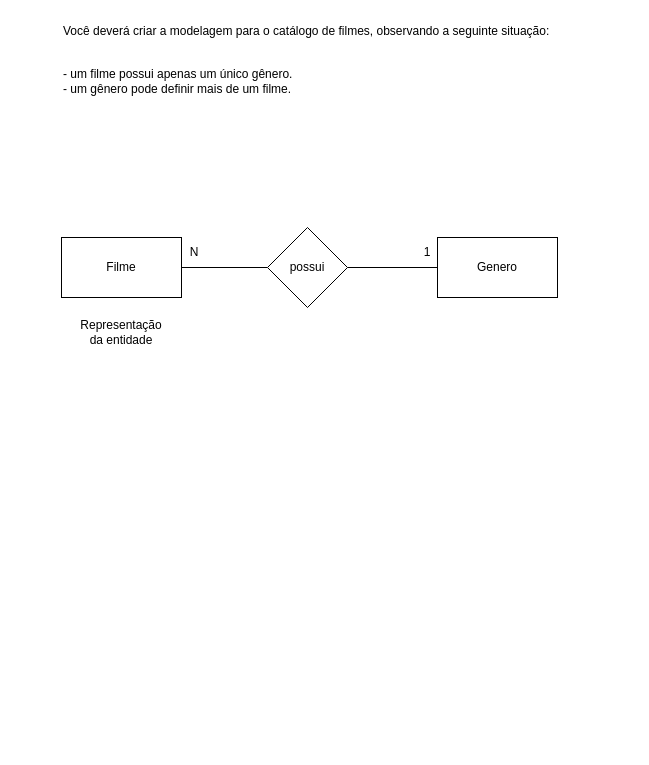
Earlier version of the draw.io diagram Exercicios/1.0/exercicio1-0.drawio (G648/Sprint01_Database). Source tidied: cells renumbered, new cells numbered last; positions are measured from the earlier drawing's top-left corner, leaving out a move shared by most shapes. Both pictures are drawn from the tidied source at 100%, with x=0, y=0 at pixel (61, 17).
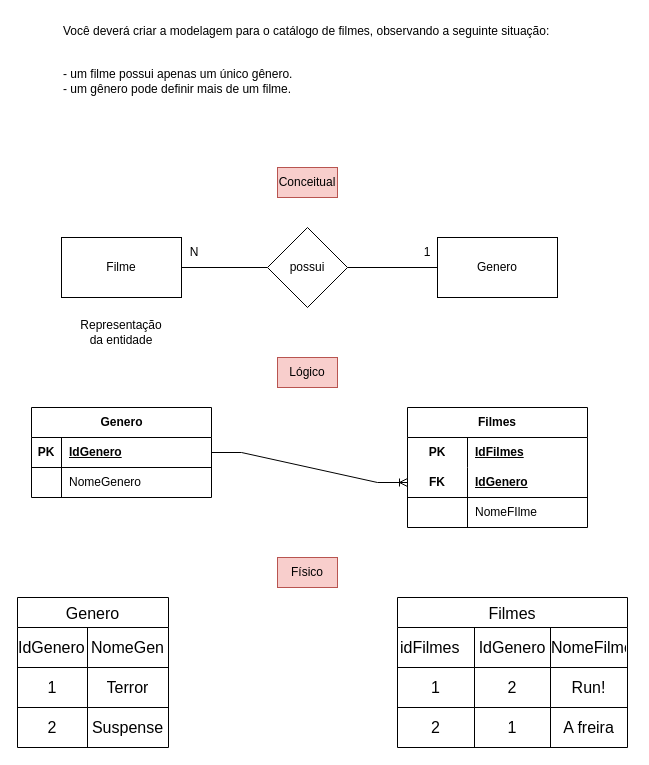
After the change.

Change to the diagram source:
```diff
@@
+    <mxCell id="13" value="Genero" style="shape=table;startSize=30;childLayout=tableLayout;rowLines=0;fontStyle=1;align=center;html=1;" parent="1" vertex="1">
+      <mxGeometry x="-30" y="390" width="180" height="90" as="geometry" />
+    </mxCell>
+    <mxCell id="14" style="shape=tableRow;horizontal=0;startSize=0;swimlaneHead=0;swimlaneBody=0;fillColor=none;points=[[0,0.5],[1,0.5]];portConstraint=eastwest;top=0;left=0;right=0;bottom=1;" parent="13" vertex="1">
+      <mxGeometry y="30" width="180" height="30" as="geometry" />
+    </mxCell>
+    <mxCell id="15" value="PK" style="shape=partialRectangle;fillColor=none;top=0;left=0;bottom=0;right=0;fontStyle=1;overflow=hidden;whiteSpace=wrap;html=1;" parent="14" vertex="1">
+      <mxGeometry width="30" height="30" as="geometry" />
+    </mxCell>
+    <mxCell id="16" value="IdGenero" style="shape=partialRectangle;fillColor=none;top=0;left=0;bottom=0;right=0;align=left;spacingLeft=6;fontStyle=5;overflow=hidden;whiteSpace=wrap;html=1;" parent="14" vertex="1">
+      <mxGeometry x="30" width="150" height="30" as="geometry" />
+    </mxCell>
+    <mxCell id="17" style="shape=tableRow;horizontal=0;startSize=0;swimlaneHead=0;swimlaneBody=0;fillColor=none;top=0;left=0;right=0;bottom=0;" parent="13" vertex="1">
+      <mxGeometry y="60" width="180" height="30" as="geometry" />
+    </mxCell>
+    <mxCell id="18" style="shape=partialRectangle;fillColor=none;top=0;left=0;bottom=0;right=0;overflow=hidden;whiteSpace=wrap;html=1;" parent="17" vertex="1">
+      <mxGeometry width="30" height="30" as="geometry" />
+    </mxCell>
+    <mxCell id="19" value="NomeGenero" style="shape=partialRectangle;fillColor=none;top=0;left=0;bottom=0;right=0;align=left;spacingLeft=6;overflow=hidden;whiteSpace=wrap;html=1;" parent="17" vertex="1">
+      <mxGeometry x="30" width="150" height="30" as="geometry" />
+    </mxCell>
+    <mxCell id="20" value="Filmes" style="shape=table;startSize=30;childLayout=tableLayout;rowLines=0;fontStyle=1;align=center;html=1;whiteSpace=wrap;" parent="1" vertex="1">
+      <mxGeometry x="346" y="390" width="180" height="120" as="geometry" />
+    </mxCell>
+    <mxCell id="21" style="shape=tableRow;horizontal=0;startSize=0;swimlaneHead=0;swimlaneBody=0;fillColor=none;top=0;left=0;right=0;bottom=0;html=1;" parent="20" vertex="1">
+      <mxGeometry y="30" width="180" height="30" as="geometry" />
+    </mxCell>
+    <mxCell id="22" value="PK" style="shape=partialRectangle;fillColor=none;top=0;left=0;bottom=0;right=0;fontStyle=1;overflow=hidden;html=1;whiteSpace=wrap;" parent="21" vertex="1">
+      <mxGeometry width="60" height="30" as="geometry" />
+    </mxCell>
+    <mxCell id="23" value="IdFilmes" style="shape=partialRectangle;fillColor=none;top=0;left=0;bottom=0;right=0;align=left;spacingLeft=6;fontStyle=5;overflow=hidden;html=1;whiteSpace=wrap;" parent="21" vertex="1">
+      <mxGeometry x="60" width="120" height="30" as="geometry" />
+    </mxCell>
+    <mxCell id="24" style="shape=tableRow;horizontal=0;startSize=0;swimlaneHead=0;swimlaneBody=0;fillColor=none;points=[[0,0.5],[1,0.5]];portConstraint=eastwest;top=0;left=0;right=0;bottom=1;html=1;" parent="20" vertex="1">
+      <mxGeometry y="60" width="180" height="30" as="geometry" />
+    </mxCell>
+    <mxCell id="25" value="FK" style="shape=partialRectangle;fillColor=none;top=0;left=0;bottom=0;right=0;fontStyle=1;overflow=hidden;html=1;whiteSpace=wrap;" parent="24" vertex="1">
+      <mxGeometry width="60" height="30" as="geometry" />
+    </mxCell>
+    <mxCell id="26" value="IdGenero" style="shape=partialRectangle;fillColor=none;top=0;left=0;bottom=0;right=0;align=left;spacingLeft=6;fontStyle=5;overflow=hidden;html=1;whiteSpace=wrap;" parent="24" vertex="1">
+      <mxGeometry x="60" width="120" height="30" as="geometry" />
+    </mxCell>
+    <mxCell id="27" style="shape=tableRow;horizontal=0;startSize=0;swimlaneHead=0;swimlaneBody=0;fillColor=none;top=0;left=0;right=0;bottom=0;html=1;" parent="20" vertex="1">
+      <mxGeometry y="90" width="180" height="30" as="geometry" />
+    </mxCell>
+    <mxCell id="28" style="shape=partialRectangle;fillColor=none;top=0;left=0;bottom=0;right=0;overflow=hidden;html=1;whiteSpace=wrap;" parent="27" vertex="1">
+      <mxGeometry width="60" height="30" as="geometry" />
+    </mxCell>
+    <mxCell id="29" value="NomeFIlme" style="shape=partialRectangle;fillColor=none;top=0;left=0;bottom=0;right=0;align=left;spacingLeft=6;overflow=hidden;html=1;whiteSpace=wrap;" parent="27" vertex="1">
+      <mxGeometry x="60" width="120" height="30" as="geometry" />
+    </mxCell>
+    <mxCell id="30" style="edgeStyle=entityRelationEdgeStyle;fontSize=12;html=1;endArrow=ERoneToMany;rounded=0;exitX=1;exitY=0.5;exitDx=0;exitDy=0;entryX=0;entryY=0.5;entryDx=0;entryDy=0;" parent="1" edge="1" source="14" target="24">
+      <mxGeometry relative="1" as="geometry" />
+    </mxCell>
+    <mxCell id="31" value="Conceitual" style="rounded=0;whiteSpace=wrap;html=1;fillColor=#f8cecc;strokeColor=#b85450;" parent="1" vertex="1">
+      <mxGeometry x="216" y="150" width="60" height="30" as="geometry" />
+    </mxCell>
+    <mxCell id="32" value="Lógico" style="rounded=0;whiteSpace=wrap;html=1;fillColor=#f8cecc;strokeColor=#b85450;" parent="1" vertex="1">
+      <mxGeometry x="216" y="340" width="60" height="30" as="geometry" />
+    </mxCell>
+    <mxCell id="33" value="Genero" style="shape=table;startSize=30;childLayout=tableLayout;strokeColor=default;fontSize=16;" parent="1" vertex="1">
+      <mxGeometry x="-44" y="580" width="151" height="150" as="geometry" />
+    </mxCell>
+    <mxCell id="34" style="shape=tableRow;horizontal=0;startSize=0;swimlaneHead=0;swimlaneBody=0;strokeColor=inherit;top=0;left=0;bottom=0;right=0;fillColor=none;fontSize=16;" parent="33" vertex="1">
+      <mxGeometry y="30" width="151" height="40" as="geometry" />
+    </mxCell>
+    <mxCell id="35" value="IdGenero&lt;span style=&quot;white-space: pre;&quot;&gt;&#9;&lt;/span&gt;&lt;span style=&quot;white-space: pre;&quot;&gt;&#9;&lt;/span&gt;" style="shape=partialRectangle;html=1;whiteSpace=wrap;strokeColor=inherit;overflow=hidden;fillColor=none;top=0;left=0;bottom=0;right=0;fontSize=16;" parent="34" vertex="1">
+      <mxGeometry width="70" height="40" as="geometry" />
+    </mxCell>
+    <mxCell id="36" value="NomeGen" style="shape=partialRectangle;html=1;whiteSpace=wrap;strokeColor=inherit;overflow=hidden;fillColor=none;top=0;left=0;bottom=0;right=0;fontSize=16;" parent="34" vertex="1">
+      <mxGeometry x="70" width="81" height="40" as="geometry" />
+    </mxCell>
+    <mxCell id="37" style="shape=tableRow;horizontal=0;startSize=0;swimlaneHead=0;swimlaneBody=0;strokeColor=inherit;top=0;left=0;bottom=0;right=0;fillColor=none;fontSize=16;" parent="33" vertex="1">
+      <mxGeometry y="70" width="151" height="40" as="geometry" />
+    </mxCell>
+    <mxCell id="38" value="1" style="shape=partialRectangle;html=1;whiteSpace=wrap;strokeColor=inherit;overflow=hidden;fillColor=none;top=0;left=0;bottom=0;right=0;fontSize=16;" parent="37" vertex="1">
+      <mxGeometry width="70" height="40" as="geometry" />
+    </mxCell>
+    <mxCell id="39" value="Terror&lt;br&gt;" style="shape=partialRectangle;html=1;whiteSpace=wrap;strokeColor=inherit;overflow=hidden;fillColor=none;top=0;left=0;bottom=0;right=0;fontSize=16;" parent="37" vertex="1">
+      <mxGeometry x="70" width="81" height="40" as="geometry" />
+    </mxCell>
+    <mxCell id="40" style="shape=tableRow;horizontal=0;startSize=0;swimlaneHead=0;swimlaneBody=0;strokeColor=inherit;top=0;left=0;bottom=0;right=0;fillColor=none;fontSize=16;" parent="33" vertex="1">
+      <mxGeometry y="110" width="151" height="40" as="geometry" />
+    </mxCell>
+    <mxCell id="41" value="2" style="shape=partialRectangle;html=1;whiteSpace=wrap;strokeColor=inherit;overflow=hidden;fillColor=none;top=0;left=0;bottom=0;right=0;fontSize=16;" parent="40" vertex="1">
+      <mxGeometry width="70" height="40" as="geometry" />
+    </mxCell>
+    <mxCell id="42" value="Suspense" style="shape=partialRectangle;html=1;whiteSpace=wrap;strokeColor=inherit;overflow=hidden;fillColor=none;top=0;left=0;bottom=0;right=0;fontSize=16;" parent="40" vertex="1">
+      <mxGeometry x="70" width="81" height="40" as="geometry" />
+    </mxCell>
+    <mxCell id="43" value="Filmes" style="shape=table;startSize=30;childLayout=tableLayout;strokeColor=default;fontSize=16;" parent="1" vertex="1">
+      <mxGeometry x="336" y="580" width="230" height="150" as="geometry" />
+    </mxCell>
+    <mxCell id="44" style="shape=tableRow;horizontal=0;startSize=0;swimlaneHead=0;swimlaneBody=0;strokeColor=inherit;top=0;left=0;bottom=0;right=0;fillColor=none;fontSize=16;" parent="43" vertex="1">
+      <mxGeometry y="30" width="230" height="40" as="geometry" />
+    </mxCell>
+    <mxCell id="45" value="idFilmes&lt;span style=&quot;white-space: pre;&quot;&gt;&#9;&lt;/span&gt;" style="shape=partialRectangle;html=1;whiteSpace=wrap;strokeColor=inherit;overflow=hidden;fillColor=none;top=0;left=0;bottom=0;right=0;fontSize=16;" parent="44" vertex="1">
+      <mxGeometry width="77" height="40" as="geometry" />
+    </mxCell>
+    <mxCell id="46" value="IdGenero" style="shape=partialRectangle;html=1;whiteSpace=wrap;strokeColor=inherit;overflow=hidden;fillColor=none;top=0;left=0;bottom=0;right=0;fontSize=16;" parent="44" vertex="1">
+      <mxGeometry x="77" width="76" height="40" as="geometry" />
+    </mxCell>
+    <mxCell id="47" value="NomeFilme" style="shape=partialRectangle;html=1;whiteSpace=wrap;strokeColor=inherit;overflow=hidden;fillColor=none;top=0;left=0;bottom=0;right=0;fontSize=16;" parent="44" vertex="1">
+      <mxGeometry x="153" width="77" height="40" as="geometry" />
+    </mxCell>
+    <mxCell id="48" style="shape=tableRow;horizontal=0;startSize=0;swimlaneHead=0;swimlaneBody=0;strokeColor=inherit;top=0;left=0;bottom=0;right=0;fillColor=none;fontSize=16;" parent="43" vertex="1">
+      <mxGeometry y="70" width="230" height="40" as="geometry" />
+    </mxCell>
+    <mxCell id="49" value="1" style="shape=partialRectangle;html=1;whiteSpace=wrap;strokeColor=inherit;overflow=hidden;fillColor=none;top=0;left=0;bottom=0;right=0;fontSize=16;" parent="48" vertex="1">
+      <mxGeometry width="77" height="40" as="geometry" />
+    </mxCell>
+    <mxCell id="50" value="2" style="shape=partialRectangle;html=1;whiteSpace=wrap;strokeColor=inherit;overflow=hidden;fillColor=none;top=0;left=0;bottom=0;right=0;fontSize=16;" parent="48" vertex="1">
+      <mxGeometry x="77" width="76" height="40" as="geometry" />
+    </mxCell>
+    <mxCell id="51" value="Run!" style="shape=partialRectangle;html=1;whiteSpace=wrap;strokeColor=inherit;overflow=hidden;fillColor=none;top=0;left=0;bottom=0;right=0;fontSize=16;" parent="48" vertex="1">
+      <mxGeometry x="153" width="77" height="40" as="geometry" />
+    </mxCell>
+    <mxCell id="52" style="shape=tableRow;horizontal=0;startSize=0;swimlaneHead=0;swimlaneBody=0;strokeColor=inherit;top=0;left=0;bottom=0;right=0;fillColor=none;fontSize=16;" parent="43" vertex="1">
+      <mxGeometry y="110" width="230" height="40" as="geometry" />
+    </mxCell>
+    <mxCell id="53" value="2" style="shape=partialRectangle;html=1;whiteSpace=wrap;strokeColor=inherit;overflow=hidden;fillColor=none;top=0;left=0;bottom=0;right=0;fontSize=16;" parent="52" vertex="1">
+      <mxGeometry width="77" height="40" as="geometry" />
+    </mxCell>
+    <mxCell id="54" value="1" style="shape=partialRectangle;html=1;whiteSpace=wrap;strokeColor=inherit;overflow=hidden;fillColor=none;top=0;left=0;bottom=0;right=0;fontSize=16;" parent="52" vertex="1">
+      <mxGeometry x="77" width="76" height="40" as="geometry" />
+    </mxCell>
+    <mxCell id="55" value="A freira" style="shape=partialRectangle;html=1;whiteSpace=wrap;strokeColor=inherit;overflow=hidden;fillColor=none;top=0;left=0;bottom=0;right=0;fontSize=16;" parent="52" vertex="1">
+      <mxGeometry x="153" width="77" height="40" as="geometry" />
+    </mxCell>
+    <mxCell id="56" value="Físico" style="rounded=0;whiteSpace=wrap;html=1;fillColor=#f8cecc;strokeColor=#b85450;" parent="1" vertex="1">
+      <mxGeometry x="216" y="540" width="60" height="30" as="geometry" />
+    </mxCell>
```
